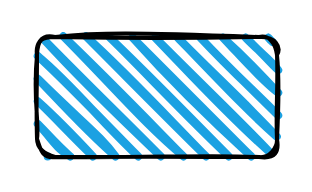
Before: Untitled Diagram.drawio in DongRuihua/draw, a draw.io diagram. Source tidied: cells renumbered, new cells numbered last; positions are measured from the earlier drawing's top-left corner, leaving out a move shared by most shapes. Both pictures are drawn from the tidied source at 200%, with x=0, y=0 at pixel (36, 36).
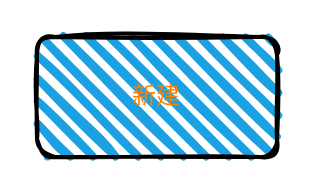
The same page after the edit.

What changed in the source:
```diff
@@
 <mxGraphModel>
   <root>
     <mxCell id="0" />
     <mxCell id="1" parent="0" />
-    <mxCell id="2" style="rounded=1;whiteSpace=wrap;html=1;strokeWidth=2;fillWeight=4;hachureGap=8;hachureAngle=45;fillColor=#1ba1e2;sketch=1;" parent="1" vertex="1">
+    <mxCell id="2" value="&lt;font color=&quot;#ff8000&quot;&gt;新建&lt;/font&gt;" style="rounded=1;whiteSpace=wrap;html=1;strokeWidth=2;fillWeight=4;hachureGap=8;hachureAngle=45;fillColor=#1ba1e2;sketch=1;" parent="1" vertex="1">
       <mxGeometry width="120" height="60" as="geometry" />
     </mxCell>
   </root>
 </mxGraphModel>
```
